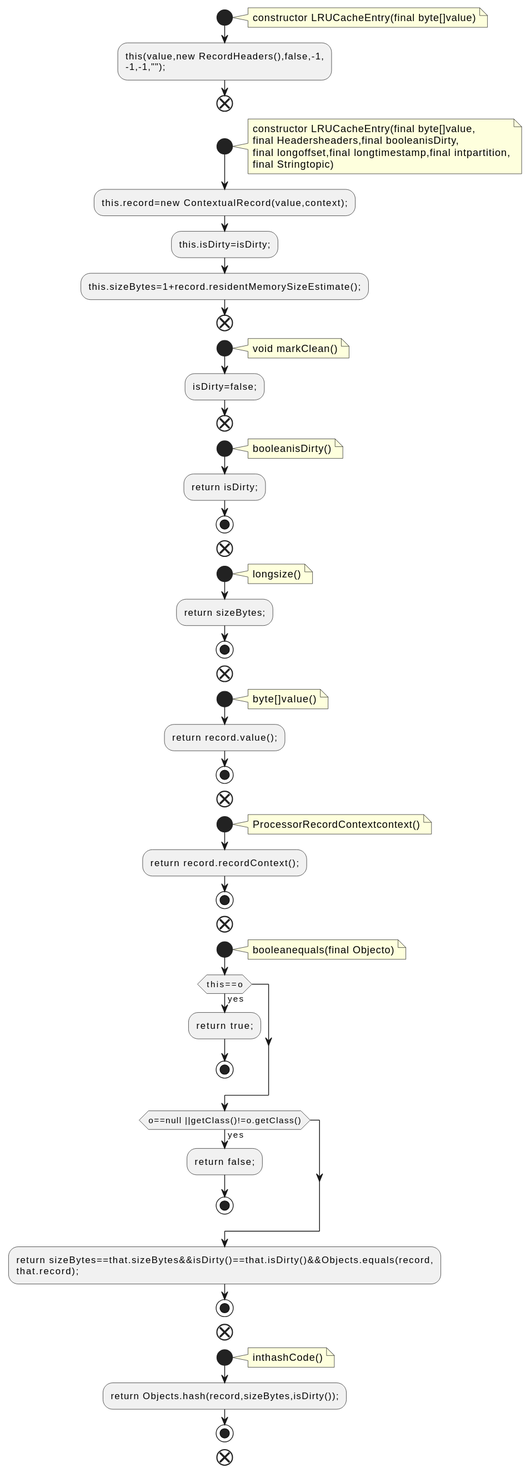
Above: docs/qc/streams/src/main/java/org/apache/kafka/streams/state/internals/LRUCacheEntry.java.fct.svg in qualitesys/kafka (PlantUML), before the change. The source it was exported from:
```plantuml
@startuml
!pragma layout smetana
start
note right
constructor LRUCacheEntry(final byte[]value)
end note
:this(value,new RecordHeaders(),false,-1,
-1,-1,"");;
end
start
note right
constructor LRUCacheEntry(final byte[]value,
final Headersheaders,final booleanisDirty,
final longoffset,final longtimestamp,final intpartition,
final Stringtopic)
end note
:this.record=new ContextualRecord(value,context);;
:this.isDirty=isDirty;;
:this.sizeBytes=1+record.residentMemorySizeEstimate();;
end
start
note right
void markClean()
end note
:isDirty=false;;
end
start
note right
booleanisDirty()
end note
:return isDirty;;
stop
end
start
note right
longsize()
end note
:return sizeBytes;;
stop
end
start
note right
byte[]value()
end note
:return record.value();;
stop
end
start
note right
ProcessorRecordContextcontext()
end note
:return record.recordContext();;
stop
end
start
note right
booleanequals(final Objecto)
end note
if (this==o) then (yes)
:return true;;
stop
endif
if (o==null ||getClass()!=o.getClass()) then (yes)
:return false;;
stop
endif
:return sizeBytes==that.sizeBytes&&isDirty()==that.isDirty()&&Objects.equals(record,
that.record);;
stop
end
start
note right
inthashCode()
end note
:return Objects.hash(record,sizeBytes,isDirty());;
stop
end
@enduml
```
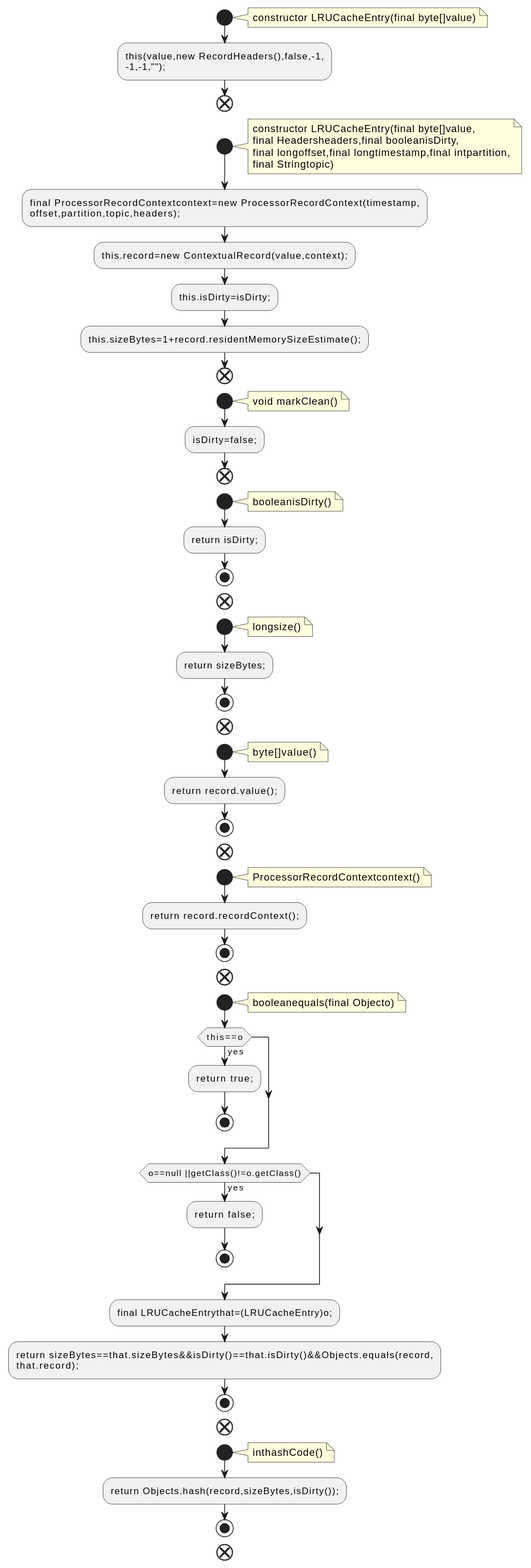
Later version of the same file.

The edit, as a diff of the source:
```diff
@@ -14,6 +14,8 @@
 final longoffset,final longtimestamp,final intpartition,
 final Stringtopic)
 end note
+:final ProcessorRecordContextcontext=new ProcessorRecordContext(timestamp,
+offset,partition,topic,headers);;
 :this.record=new ContextualRecord(value,context);;
 :this.isDirty=isDirty;;
 :this.sizeBytes=1+record.residentMemorySizeEstimate();;
@@ -64,6 +66,7 @@
 :return false;;
 stop
 endif
+:final LRUCacheEntrythat=(LRUCacheEntry)o;;
 :return sizeBytes==that.sizeBytes&&isDirty()==that.isDirty()&&Objects.equals(record,
 that.record);;
 stop
```
